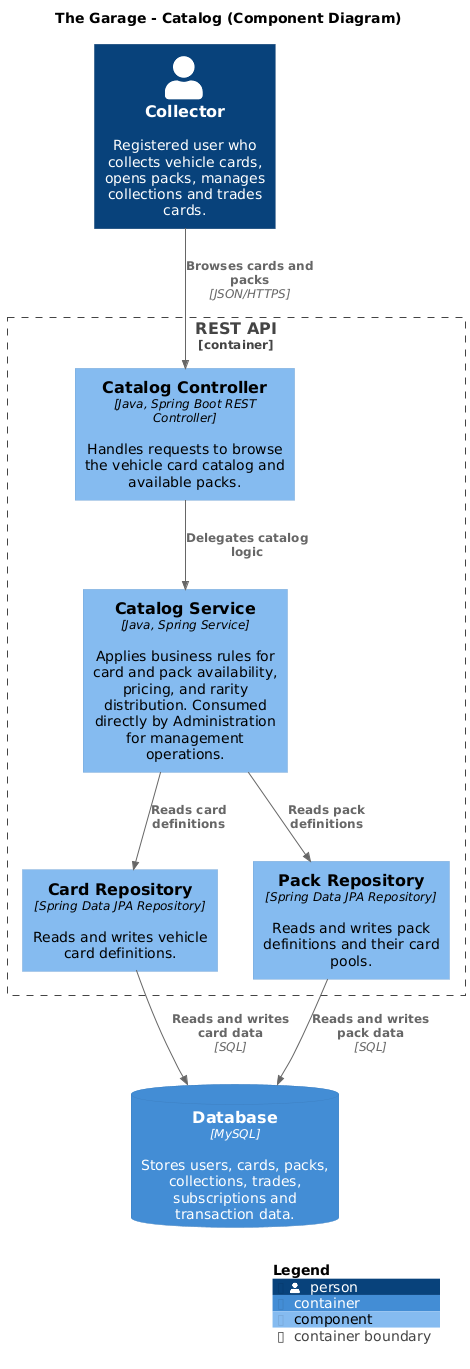
Before: exports/ComponentDiagrams/Catalog-ComponentDiagram.png, a diagram exported from PlantUML (the-garage-studio/the-garage-c4-model-design). Source of this version:
```plantuml
@startuml Catalog-ComponentDiagram
!include https://raw.githubusercontent.com/plantuml-stdlib/C4-PlantUML/master/C4_Component.puml

LAYOUT_WITH_LEGEND()

title The Garage - Catalog (Component Diagram)

Person(collector, "Collector", "Registered user who collects vehicle cards, opens packs, manages collections and trades cards.")

Container_Boundary(api, "REST API") {

    Component(catalog_controller, "Catalog Controller", "Java, Spring Boot REST Controller", "Handles requests to browse the vehicle card catalog and available packs.")

    Component(catalog_service, "Catalog Service", "Java, Spring Service", "Applies business rules for card and pack availability, pricing, and rarity distribution. Consumed directly by Administration for management operations.")

    Component(card_repository, "Card Repository", "Spring Data JPA Repository", "Reads and writes vehicle card definitions.")
    Component(pack_repository, "Pack Repository", "Spring Data JPA Repository", "Reads and writes pack definitions and their card pools.")

}

ContainerDb(database, "Database", "MySQL", "Stores users, cards, packs, collections, trades, subscriptions and transaction data.")

Rel(collector, catalog_controller, "Browses cards and packs", "JSON/HTTPS")

Rel(catalog_controller, catalog_service, "Delegates catalog logic")

Rel(catalog_service, card_repository, "Reads card definitions")
Rel(catalog_service, pack_repository, "Reads pack definitions")


Rel(card_repository, database, "Reads and writes card data", "SQL")
Rel(pack_repository, database, "Reads and writes pack data", "SQL")


SHOW_LEGEND()
@enduml
```
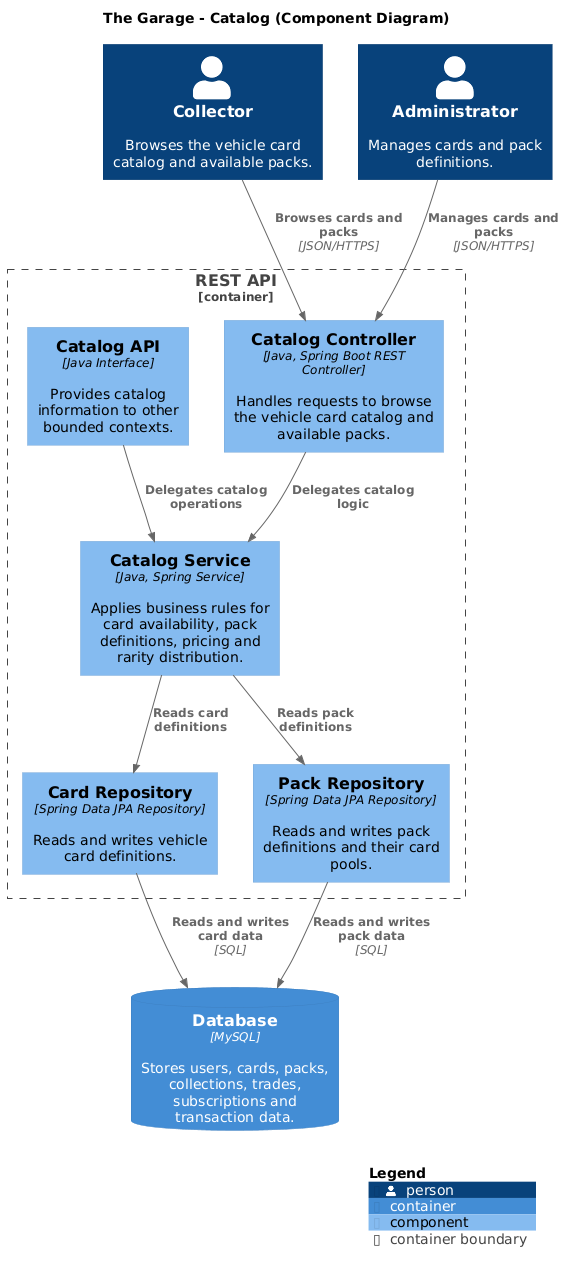
The same diagram one commit later.

Change to the diagram source:
```diff
@@ -5,32 +5,40 @@
 
 title The Garage - Catalog (Component Diagram)
 
-Person(collector, "Collector", "Registered user who collects vehicle cards, opens packs, manages collections and trades cards.")
+Person(collector, "Collector", "Browses the vehicle card catalog and available packs.")
+Person(admin, "Administrator", "Manages cards and pack definitions.")
 
 Container_Boundary(api, "REST API") {
 
-    Component(catalog_controller, "Catalog Controller", "Java, Spring Boot REST Controller", "Handles requests to browse the vehicle card catalog and available packs.")
+    Component(catalog_controller,"Catalog Controller","Java, Spring Boot REST Controller","Handles requests to browse the vehicle card catalog and available packs.")
 
-    Component(catalog_service, "Catalog Service", "Java, Spring Service", "Applies business rules for card and pack availability, pricing, and rarity distribution. Consumed directly by Administration for management operations.")
+    Component(catalog_service, "Catalog Service","Java, Spring Service","Applies business rules for card availability, pack definitions, pricing and rarity distribution.")
 
-    Component(card_repository, "Card Repository", "Spring Data JPA Repository", "Reads and writes vehicle card definitions.")
-    Component(pack_repository, "Pack Repository", "Spring Data JPA Repository", "Reads and writes pack definitions and their card pools.")
+    Component(catalog_api,"Catalog API","Java Interface","Provides catalog information to other bounded contexts.")
 
+    Component(card_repository,"Card Repository","Spring Data JPA Repository","Reads and writes vehicle card definitions.")
+
+    Component(pack_repository, "Pack Repository","Spring Data JPA Repository","Reads and writes pack definitions and their card pools.")
 }
 
-ContainerDb(database, "Database", "MySQL", "Stores users, cards, packs, collections, trades, subscriptions and transaction data.")
+ContainerDb(database,"Database","MySQL","Stores users, cards, packs, collections, trades, subscriptions and transaction data.")
 
-Rel(collector, catalog_controller, "Browses cards and packs", "JSON/HTTPS")
+Rel(collector, catalog_controller,"Browses cards and packs","JSON/HTTPS")
 
-Rel(catalog_controller, catalog_service, "Delegates catalog logic")
+Rel(admin, catalog_controller,"Manages cards and packs","JSON/HTTPS")
 
-Rel(catalog_service, card_repository, "Reads card definitions")
-Rel(catalog_service, pack_repository, "Reads pack definitions")
+Rel(catalog_controller, catalog_service,"Delegates catalog logic")
 
+Rel(catalog_api, catalog_service,"Delegates catalog operations")
 
-Rel(card_repository, database, "Reads and writes card data", "SQL")
-Rel(pack_repository, database, "Reads and writes pack data", "SQL")
+Rel(catalog_service, card_repository,"Reads card definitions")
 
+Rel(catalog_service, pack_repository,"Reads pack definitions")
+
+Rel(card_repository, database,"Reads and writes card data","SQL")
+
+Rel(pack_repository, database,"Reads and writes pack data","SQL")
 
 SHOW_LEGEND()
+
 @enduml
```
